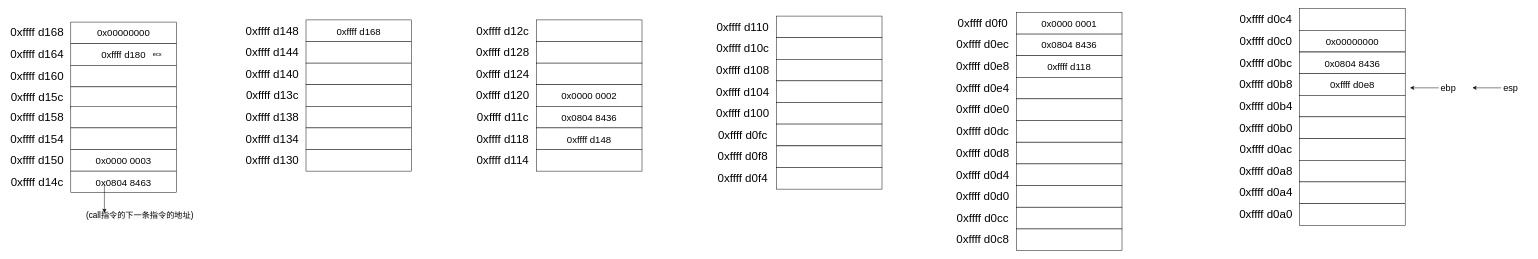
The draw.io diagram page "第 11 页" (11 of 11) of ICS实验5.drawio in IRiDecenT/graph, before the edit. Source tidied: cells renumbered, new cells numbered last; positions are measured from the earlier drawing's top-left corner, leaving out a move shared by most shapes. Both pictures are drawn from the tidied source at 48%, with x=0, y=0 at pixel (8, 8).
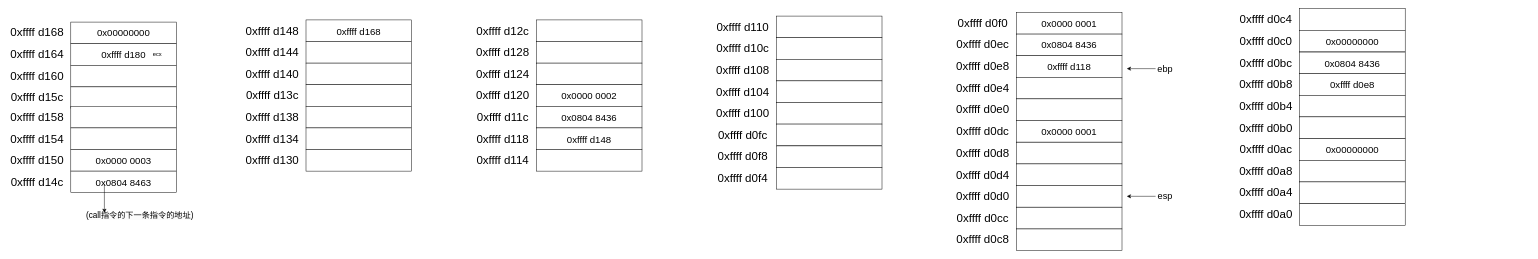
After the change.

Diff of the diagram source:
```diff
@@
     <mxCell id="19" value="&lt;font style=&quot;font-size: 19px;&quot;&gt;ebp&lt;/font&gt;" style="text;html=1;strokeColor=none;fillColor=none;align=center;verticalAlign=middle;whiteSpace=wrap;rounded=0;fontSize=19;fontStyle=0;" parent="1" vertex="1">
-      <mxGeometry x="2960" y="151" width="80" height="30" as="geometry" />
+      <mxGeometry x="2370" y="111" width="80" height="30" as="geometry" />
     </mxCell>
     <mxCell id="20" style="endArrow=classic;html=1;rounded=0;fontStyle=0;fontSize=19;" parent="1" edge="1">
       <mxGeometry relative="1" as="geometry">
-        <mxPoint x="2980" y="165.5" as="sourcePoint" />
-        <mxPoint x="2920" y="165.5" as="targetPoint" />
+        <mxPoint x="2390" y="125.5" as="sourcePoint" />
+        <mxPoint x="2330" y="125.5" as="targetPoint" />
       </mxGeometry>
     </mxCell>
@@
     <mxCell id="49" value="&lt;font style=&quot;font-size: 19px;&quot;&gt;esp&lt;/font&gt;" style="text;html=1;strokeColor=none;fillColor=none;align=center;verticalAlign=middle;whiteSpace=wrap;rounded=0;fontSize=19;fontStyle=0;" parent="1" vertex="1">
-      <mxGeometry x="3090" y="151" width="80" height="30" as="geometry" />
+      <mxGeometry x="2370" y="377" width="80" height="30" as="geometry" />
     </mxCell>
     <mxCell id="50" style="endArrow=classic;html=1;rounded=0;fontStyle=0;fontSize=19;" parent="1" edge="1">
       <mxGeometry relative="1" as="geometry">
-        <mxPoint x="3110" y="165.5" as="sourcePoint" />
-        <mxPoint x="3050" y="165.5" as="targetPoint" />
+        <mxPoint x="2390" y="391.5" as="sourcePoint" />
+        <mxPoint x="2330" y="391.5" as="targetPoint" />
       </mxGeometry>
     </mxCell>
@@
-    <mxCell id="80" style="rounded=0;whiteSpace=wrap;html=1;fontSize=20;" parent="1" vertex="1">
+    <mxCell id="80" value="0x0000 0001" style="rounded=0;whiteSpace=wrap;html=1;fontSize=20;" parent="1" vertex="1">
       <mxGeometry x="2100" y="233.5" width="220" height="45" as="geometry" />
     </mxCell>
@@
-    <mxCell id="104" style="rounded=0;whiteSpace=wrap;html=1;fontSize=20;" parent="1" vertex="1">
+    <mxCell id="104" value="0x00000000" style="rounded=0;whiteSpace=wrap;html=1;fontSize=20;" parent="1" vertex="1">
       <mxGeometry x="2690" y="271.5" width="220" height="45" as="geometry" />
     </mxCell>
```
